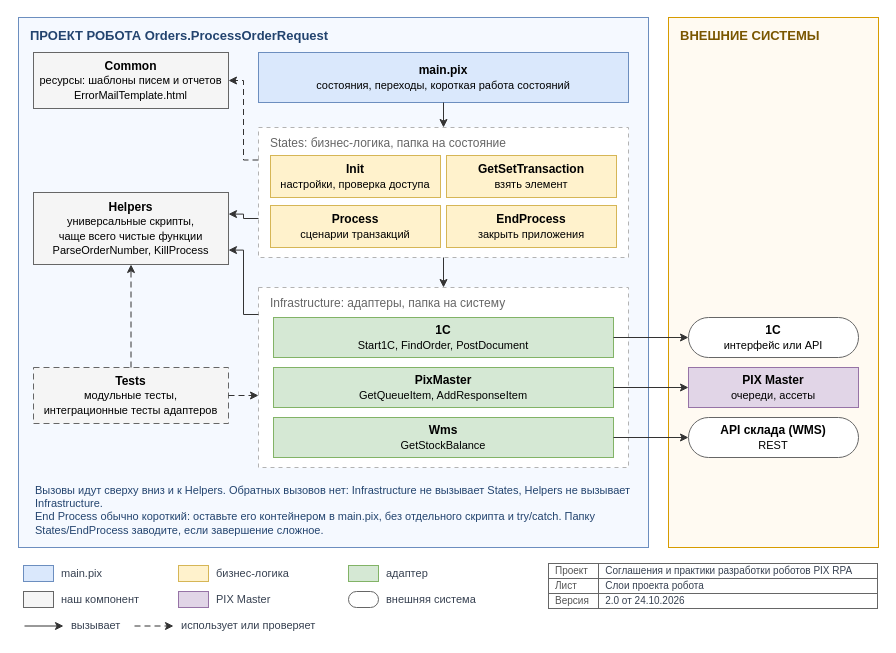
Above: page "template / TEMPLATE-01-architecture" (3 of 6) of images/diagrams.drawio in TheMrDJek/PixRpaDevelopmentConventions (draw.io), before the change. Source tidied: cells renumbered, new cells numbered last; positions are measured from the earlier drawing's top-left corner, leaving out a move shared by most shapes. Both pictures are drawn from the tidied source at 100%, with x=0, y=0 at pixel (18, 17).
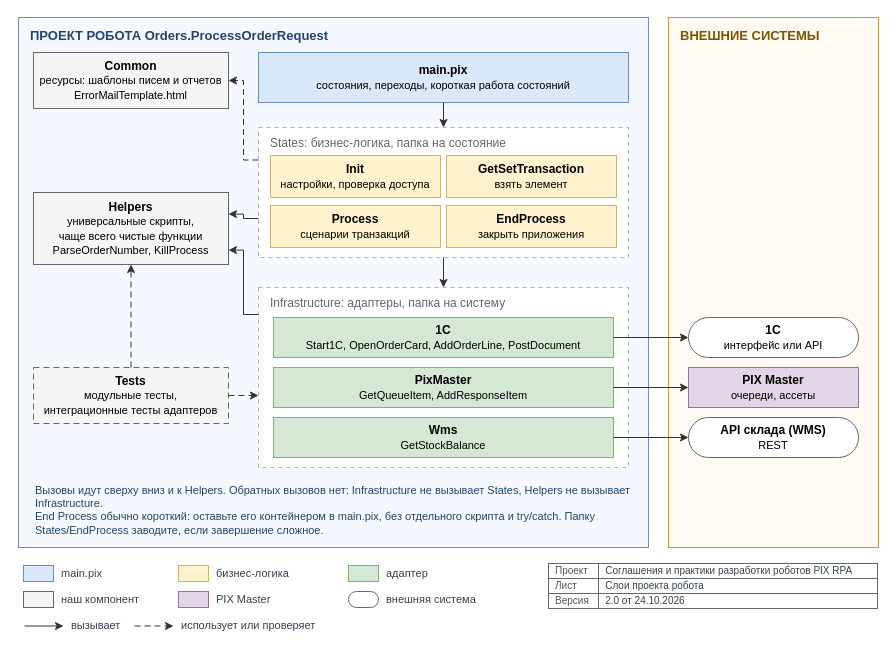
The same diagram, later.

Change to the diagram source:
```diff
@@
-    <mxCell id="11" value="&lt;b&gt;1C&lt;/b&gt;&lt;br&gt;&lt;font style=&quot;font-size:11px&quot;&gt;Start1C, FindOrder, PostDocument&lt;/font&gt;" style="rounded=0;fillColor=#D5E8D4;strokeColor=#82B366;strokeWidth=1;fontColor=#000000;fontSize=12;whiteSpace=wrap;html=1;fontFamily=Helvetica;" parent="1" vertex="1">
+    <mxCell id="11" value="&lt;b&gt;1C&lt;/b&gt;&lt;br&gt;&lt;font style=&quot;font-size:11px&quot;&gt;Start1C, OpenOrderCard, AddOrderLine, PostDocument&lt;/font&gt;" style="rounded=0;fillColor=#D5E8D4;strokeColor=#82B366;strokeWidth=1;fontColor=#000000;fontSize=12;whiteSpace=wrap;html=1;fontFamily=Helvetica;" parent="1" vertex="1">
       <mxGeometry x="255" y="300" width="340" height="40" as="geometry" />
     </mxCell>
```
